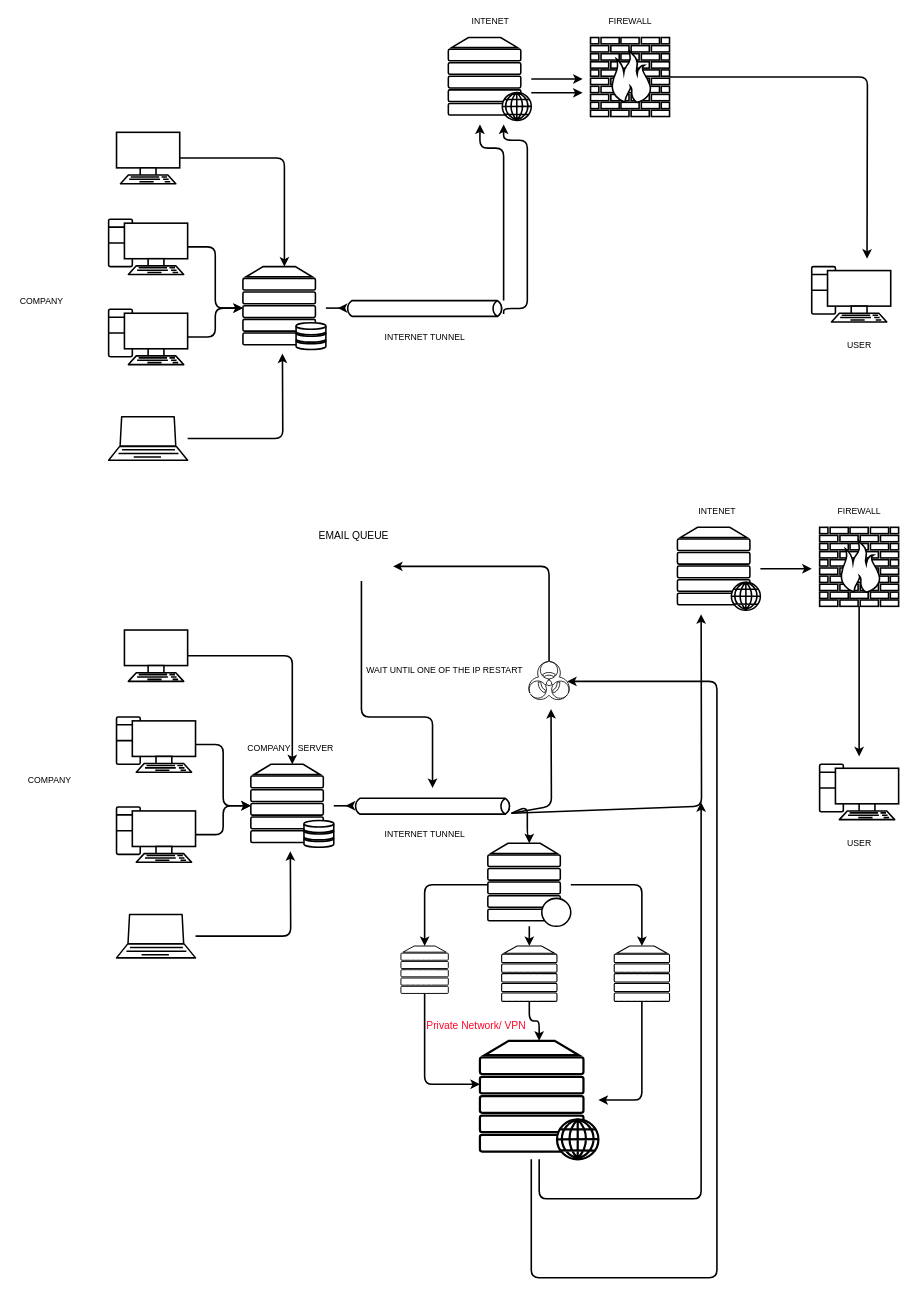
Before: Untitled Diagram.drawio in sachdev27/learn, a draw.io diagram. Source tidied: cells renumbered, new cells numbered last; positions are measured from the earlier drawing's top-left corner, leaving out a move shared by most shapes. Both pictures are drawn from the tidied source at 79%, with x=0, y=0 at pixel (13, 13).
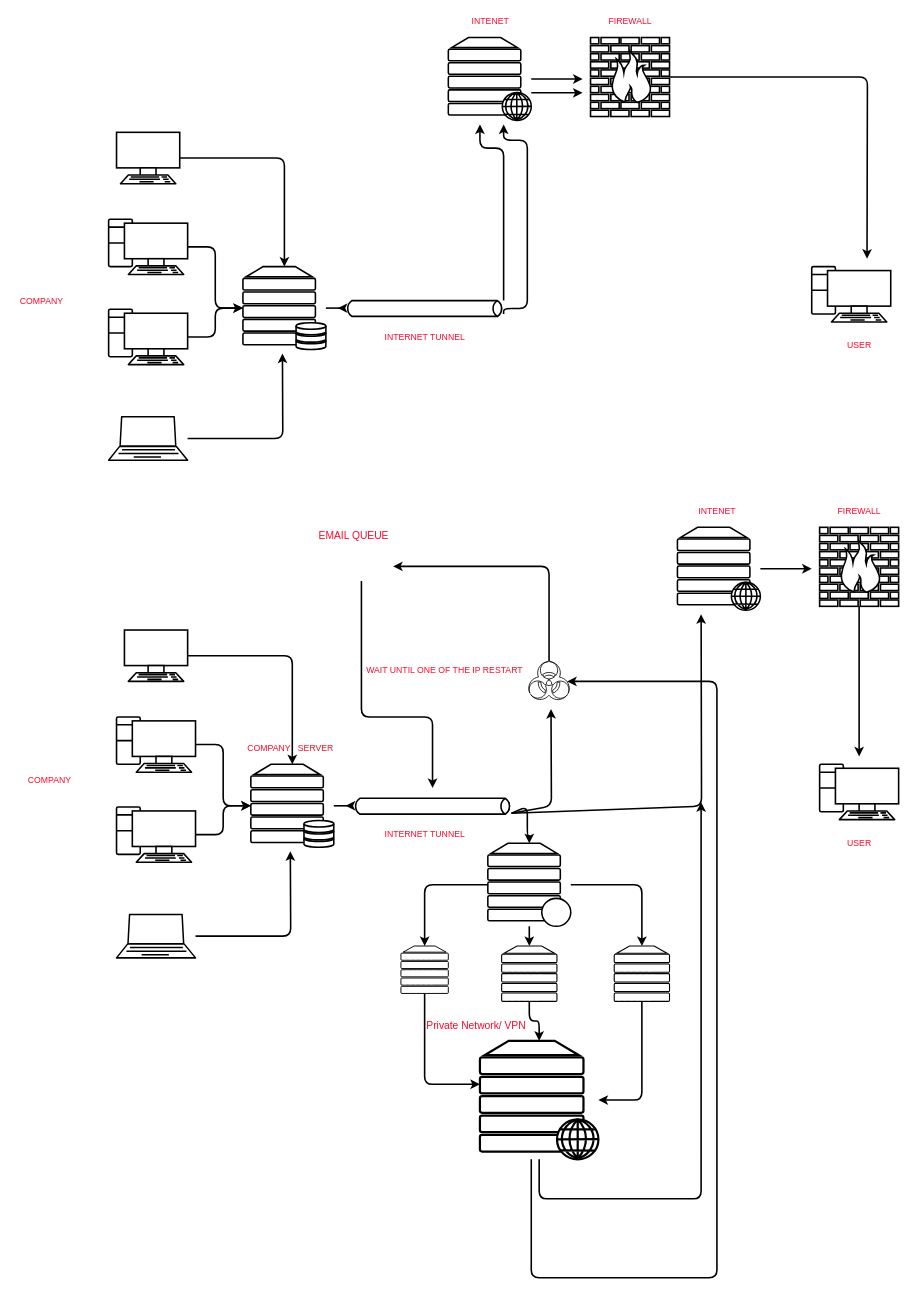
After the change.

The edit, as a diff of the source:
```diff
@@
-    <mxCell id="59" value="EMAIL QUEUE" style="text;html=1;align=center;verticalAlign=middle;strokeColor=none;fillColor=none;fontSize=13;rounded=1;" parent="1" vertex="1">
+    <mxCell id="59" value="EMAIL QUEUE" style="text;html=1;align=center;verticalAlign=middle;strokeColor=none;fillColor=none;fontSize=13;rounded=1;fontColor=#FF0829;" parent="1" vertex="1">
       <mxGeometry x="380" y="650" width="100" height="20" as="geometry" />
     </mxCell>
-    <mxCell id="60" value="&lt;font style=&quot;font-size: 11px&quot;&gt;WAIT UNTIL ONE OF THE IP RESTART&lt;/font&gt;" style="text;html=1;align=center;verticalAlign=middle;strokeColor=none;fillColor=none;fontSize=13;rounded=1;" parent="1" vertex="1">
+    <mxCell id="60" value="&lt;font style=&quot;font-size: 11px&quot;&gt;WAIT UNTIL ONE OF THE IP RESTART&lt;/font&gt;" style="text;html=1;align=center;verticalAlign=middle;strokeColor=none;fillColor=none;fontSize=13;rounded=1;fontColor=#FF0829;" parent="1" vertex="1">
       <mxGeometry x="440" y="820" width="210" height="20" as="geometry" />
     </mxCell>
-    <mxCell id="61" value="FIREWALL" style="text;html=1;align=center;verticalAlign=middle;strokeColor=none;fillColor=none;fontSize=11;rounded=1;" parent="1" vertex="1">
+    <mxCell id="61" value="FIREWALL" style="text;html=1;align=center;verticalAlign=middle;strokeColor=none;fillColor=none;fontSize=11;rounded=1;fontColor=#FF0829;" parent="1" vertex="1">
       <mxGeometry x="1035" y="620" width="70" height="20" as="geometry" />
     </mxCell>
-    <mxCell id="62" value="INTENET" style="text;html=1;align=center;verticalAlign=middle;strokeColor=none;fillColor=none;fontSize=11;rounded=1;" parent="1" vertex="1">
+    <mxCell id="62" value="INTENET" style="text;html=1;align=center;verticalAlign=middle;strokeColor=none;fillColor=none;fontSize=11;rounded=1;fontColor=#FF0829;" parent="1" vertex="1">
       <mxGeometry x="860" y="620" width="60" height="20" as="geometry" />
     </mxCell>
-    <mxCell id="63" value="USER" style="text;html=1;align=center;verticalAlign=middle;strokeColor=none;fillColor=none;fontSize=11;rounded=1;" parent="1" vertex="1">
+    <mxCell id="63" value="USER" style="text;html=1;align=center;verticalAlign=middle;strokeColor=none;fillColor=none;fontSize=11;rounded=1;fontColor=#FF0829;" parent="1" vertex="1">
       <mxGeometry x="1045" y="1040" width="50" height="20" as="geometry" />
     </mxCell>
-    <mxCell id="64" value="USER" style="text;html=1;align=center;verticalAlign=middle;strokeColor=none;fillColor=none;fontSize=11;rounded=1;" parent="1" vertex="1">
+    <mxCell id="64" value="USER" style="text;html=1;align=center;verticalAlign=middle;strokeColor=none;fillColor=none;fontSize=11;rounded=1;fontColor=#FF0829;" parent="1" vertex="1">
       <mxGeometry x="1045" y="410" width="50" height="20" as="geometry" />
     </mxCell>
-    <mxCell id="65" value="COMPANY" style="text;html=1;align=center;verticalAlign=middle;strokeColor=none;fillColor=none;fontSize=11;rounded=1;" parent="1" vertex="1">
+    <mxCell id="65" value="COMPANY" style="text;html=1;align=center;verticalAlign=middle;strokeColor=none;fillColor=none;fontSize=11;rounded=1;fontColor=#FF0829;" parent="1" vertex="1">
       <mxGeometry x="10" y="960" width="70" height="20" as="geometry" />
     </mxCell>
-    <mxCell id="66" value="INTERNET TUNNEL" style="text;html=1;align=center;verticalAlign=middle;strokeColor=none;fillColor=none;fontSize=11;rounded=1;" parent="1" vertex="1">
+    <mxCell id="66" value="INTERNET TUNNEL" style="text;html=1;align=center;verticalAlign=middle;strokeColor=none;fillColor=none;fontSize=11;rounded=1;fontColor=#FF0829;" parent="1" vertex="1">
       <mxGeometry x="460" y="1029" width="120" height="20" as="geometry" />
     </mxCell>
-    <mxCell id="67" value="COMPANY&amp;nbsp; &amp;nbsp;SERVER" style="text;html=1;align=center;verticalAlign=middle;strokeColor=none;fillColor=none;fontSize=11;rounded=1;" parent="1" vertex="1">
+    <mxCell id="67" value="COMPANY&amp;nbsp; &amp;nbsp;SERVER" style="text;html=1;align=center;verticalAlign=middle;strokeColor=none;fillColor=none;fontSize=11;rounded=1;fontColor=#FF0829;" parent="1" vertex="1">
       <mxGeometry x="290" y="920" width="120" height="20" as="geometry" />
     </mxCell>
-    <mxCell id="68" value="COMPANY" style="text;html=1;align=center;verticalAlign=middle;strokeColor=none;fillColor=none;fontSize=11;rounded=1;" parent="1" vertex="1">
+    <mxCell id="68" value="COMPANY" style="text;html=1;align=center;verticalAlign=middle;strokeColor=none;fillColor=none;fontSize=11;rounded=1;fontColor=#FF0829;" parent="1" vertex="1">
       <mxGeometry y="354" width="70" height="20" as="geometry" />
     </mxCell>
-    <mxCell id="69" value="INTENET" style="text;html=1;align=center;verticalAlign=middle;strokeColor=none;fillColor=none;fontSize=11;rounded=1;" parent="1" vertex="1">
+    <mxCell id="69" value="INTENET" style="text;html=1;align=center;verticalAlign=middle;strokeColor=none;fillColor=none;fontSize=11;rounded=1;fontColor=#FF0829;" parent="1" vertex="1">
       <mxGeometry x="572.5" width="60" height="20" as="geometry" />
     </mxCell>
-    <mxCell id="70" value="FIREWALL" style="text;html=1;align=center;verticalAlign=middle;strokeColor=none;fillColor=none;fontSize=11;rounded=1;" parent="1" vertex="1">
+    <mxCell id="70" value="FIREWALL" style="text;html=1;align=center;verticalAlign=middle;strokeColor=none;fillColor=none;fontSize=11;rounded=1;fontColor=#FF0829;" parent="1" vertex="1">
       <mxGeometry x="745" width="70" height="20" as="geometry" />
     </mxCell>
-    <mxCell id="71" value="INTERNET TUNNEL" style="text;html=1;align=center;verticalAlign=middle;strokeColor=none;fillColor=none;fontSize=11;rounded=1;" parent="1" vertex="1">
+    <mxCell id="71" value="INTERNET TUNNEL" style="text;html=1;align=center;verticalAlign=middle;strokeColor=none;fillColor=none;fontSize=11;rounded=1;fontColor=#FF0829;" parent="1" vertex="1">
       <mxGeometry x="460" y="399" width="120" height="20" as="geometry" />
     </mxCell>
```
